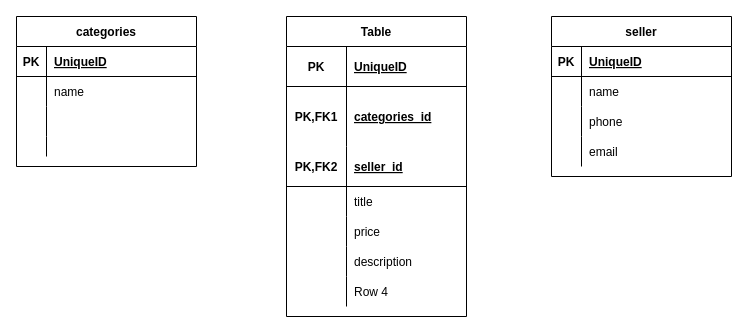
Above: Untitled Diagram.drawio in Domovoi000/diagrams (draw.io), before the change. Source tidied: cells renumbered, new cells numbered last; positions are measured from the earlier drawing's top-left corner, leaving out a move shared by most shapes. Both pictures are drawn from the tidied source at 100%, with x=0, y=0 at pixel (16, 16).
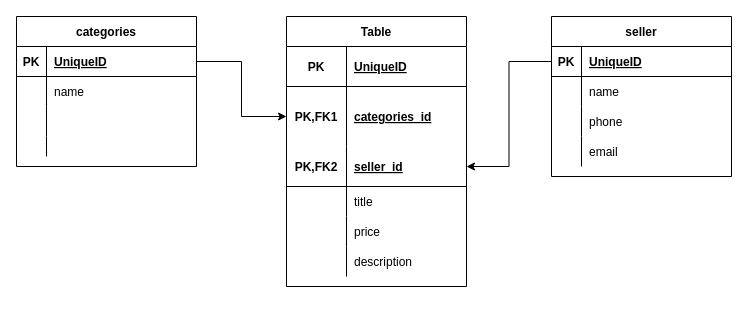
The same diagram, later.

Unchanged cells that the change refers to:
```xml
<mxCell id="3" style="shape=partialRectangle;fillColor=none;top=0;left=0;bottom=1;right=0;points=[[0,0.5],[1,0.5]];portConstraint=eastwest;" parent="2" vertex="1">
  <mxGeometry y="30" width="180" height="30" as="geometry" />
</mxCell>
<mxCell id="19" style="shape=partialRectangle;fillColor=none;top=0;left=0;bottom=0;right=0;points=[[0,0.5],[1,0.5]];portConstraint=eastwest;" parent="15" vertex="1">
  <mxGeometry y="70" width="180" height="60" as="geometry" />
</mxCell>
<mxCell id="22" style="shape=partialRectangle;fillColor=none;top=0;left=0;bottom=1;right=0;points=[[0,0.5],[1,0.5]];portConstraint=eastwest;" parent="15" vertex="1">
  <mxGeometry y="130" width="180" height="40" as="geometry" />
</mxCell>
<mxCell id="38" style="shape=partialRectangle;fillColor=none;top=0;left=0;bottom=1;right=0;points=[[0,0.5],[1,0.5]];portConstraint=eastwest;" parent="37" vertex="1">
  <mxGeometry y="30" width="180" height="30" as="geometry" />
</mxCell>
```

Diff of the diagram source:
```diff
@@
     <mxCell id="15" value="Table" style="shape=table;startSize=30;childLayout=tableLayout;rowLines=0;fontStyle=1;align=center;" parent="1" vertex="1">
-      <mxGeometry x="270" width="180" height="300" as="geometry" />
+      <mxGeometry x="270" width="180" height="270" as="geometry" />
     </mxCell>
@@
-    <mxCell id="34" style="shape=partialRectangle;fillColor=none;top=0;left=0;bottom=0;right=0;" parent="15" vertex="1">
-      <mxGeometry y="260" width="180" height="30" as="geometry" />
-    </mxCell>
-    <mxCell id="35" style="shape=partialRectangle;fillColor=none;top=0;left=0;bottom=0;right=0;overflow=hidden;" parent="34" vertex="1">
-      <mxGeometry width="60" height="30" as="geometry" />
-    </mxCell>
-    <mxCell id="36" value="Row 4" style="shape=partialRectangle;fillColor=none;top=0;left=0;bottom=0;right=0;align=left;spacingLeft=6;overflow=hidden;" parent="34" vertex="1">
-      <mxGeometry x="60" width="120" height="30" as="geometry" />
-    </mxCell>
@@
+    <mxCell id="50" style="edgeStyle=orthogonalEdgeStyle;rounded=0;jettySize=auto;html=1;" parent="1" edge="1" source="3" target="19">
+      <mxGeometry relative="1" as="geometry" />
+    </mxCell>
+    <mxCell id="51" style="edgeStyle=orthogonalEdgeStyle;rounded=0;jettySize=auto;html=1;" parent="1" edge="1" source="38" target="22">
+      <mxGeometry relative="1" as="geometry" />
+    </mxCell>
```
